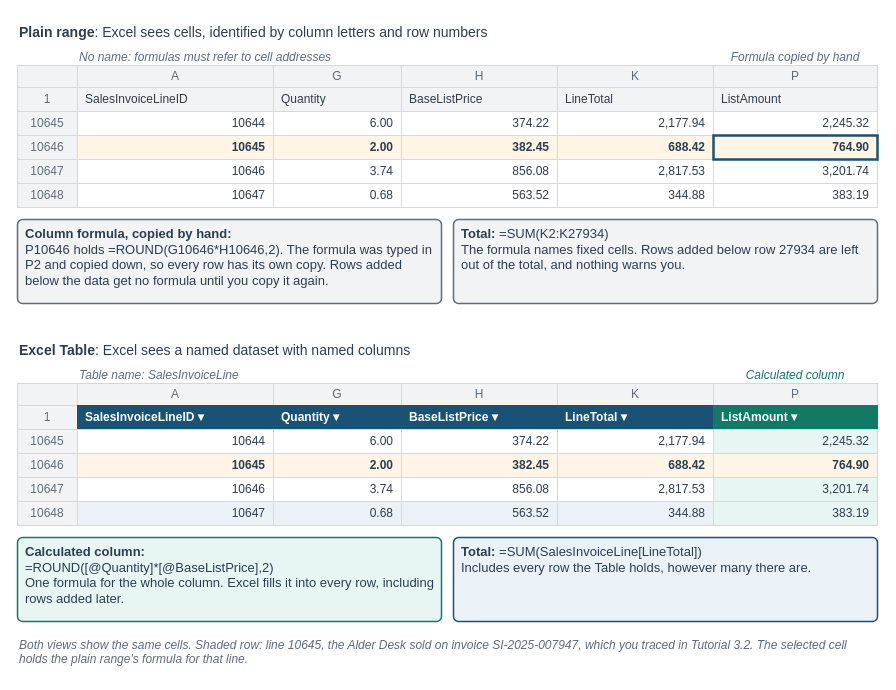
The draw.io diagram visuals/src/fig-04-01-range-vs-table.drawio in mmcodesso/Accounting_Analytics_Book, before the edit. Source tidied: cells renumbered, new cells numbered last; positions are measured from the earlier drawing's top-left corner, leaving out a move shared by most shapes. Both pictures are drawn from the tidied source at 100%, with x=0, y=0 at pixel (17, 17).
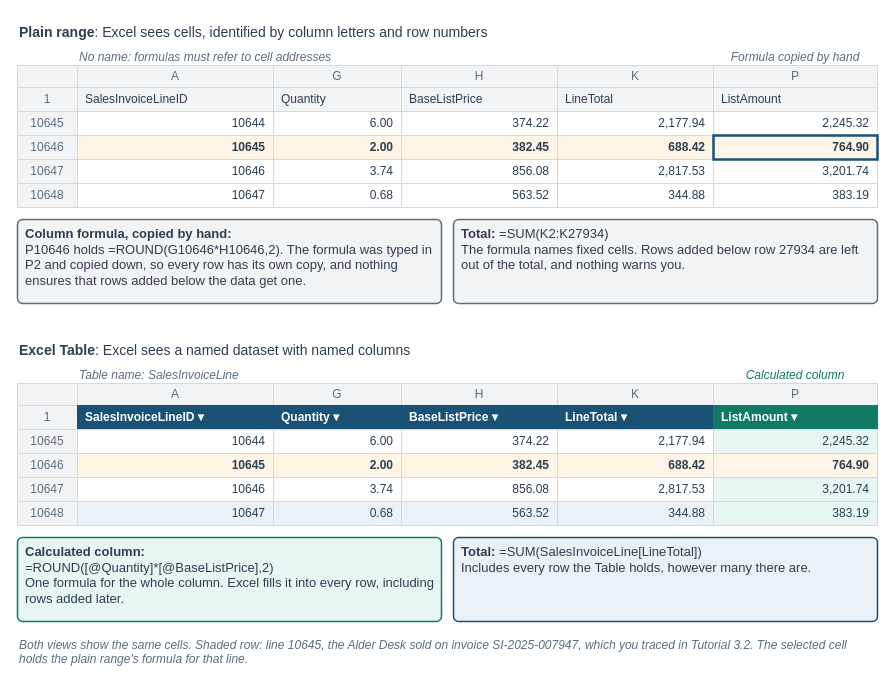
Above is the later version.

Diff of the diagram source:
```diff
@@
-    <mxCell id="42" value="&lt;b&gt;Column formula, copied by hand:&lt;/b&gt;&lt;br&gt;P10646 holds =ROUND(G10646*H10646,2). The formula was typed in P2 and copied down, so every row has its own copy. Rows added below the data get no formula until you copy it again." style="rounded=1;arcSize=6;whiteSpace=wrap;html=1;fillColor=#F2F3F4;strokeColor=#5D6D7E;strokeWidth=1.5;fontColor=#2C3E50;fontSize=13;fontStyle=0;align=left;verticalAlign=top;fontFamily=Helvetica;spacingLeft=6;spacingRight=6;" parent="1" vertex="1">
+    <mxCell id="42" value="&lt;b&gt;Column formula, copied by hand:&lt;/b&gt;&lt;br&gt;P10646 holds =ROUND(G10646*H10646,2). The formula was typed in P2 and copied down, so every row has its own copy, and nothing ensures that rows added below the data get one." style="rounded=1;arcSize=6;whiteSpace=wrap;html=1;fillColor=#F2F3F4;strokeColor=#5D6D7E;strokeWidth=1.5;fontColor=#2C3E50;fontSize=13;fontStyle=0;align=left;verticalAlign=top;fontFamily=Helvetica;spacingLeft=6;spacingRight=6;" parent="1" vertex="1">
       <mxGeometry y="202" width="424" height="84" as="geometry" />
     </mxCell>
```
